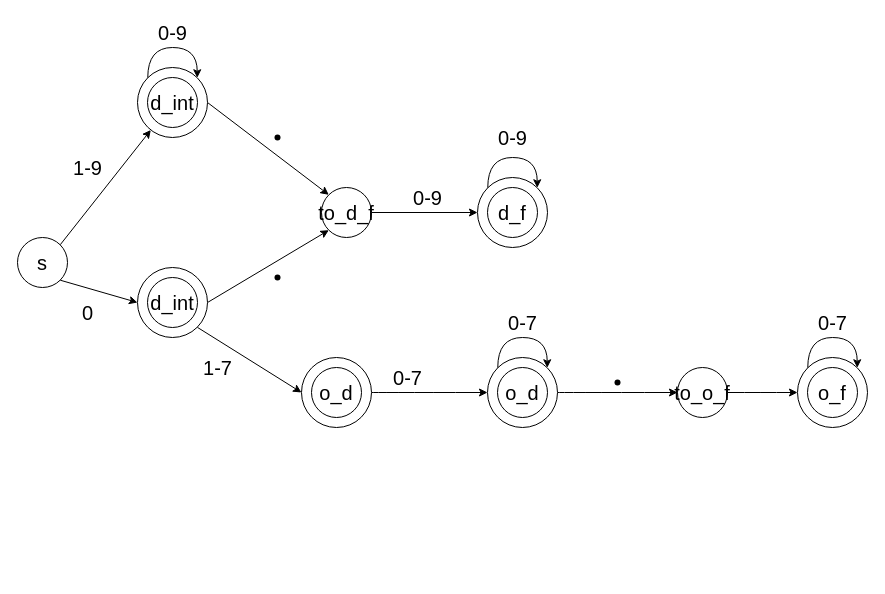
guxiyuesi/MyStudy keeps this draw.io diagram as Untitled Diagram.drawio. Above is the earlier version. Source tidied: cells renumbered, new cells numbered last; positions are measured from the earlier drawing's top-left corner, leaving out a move shared by most shapes. Both pictures are drawn from the tidied source at 100%, with x=0, y=0 at pixel (17, 17).
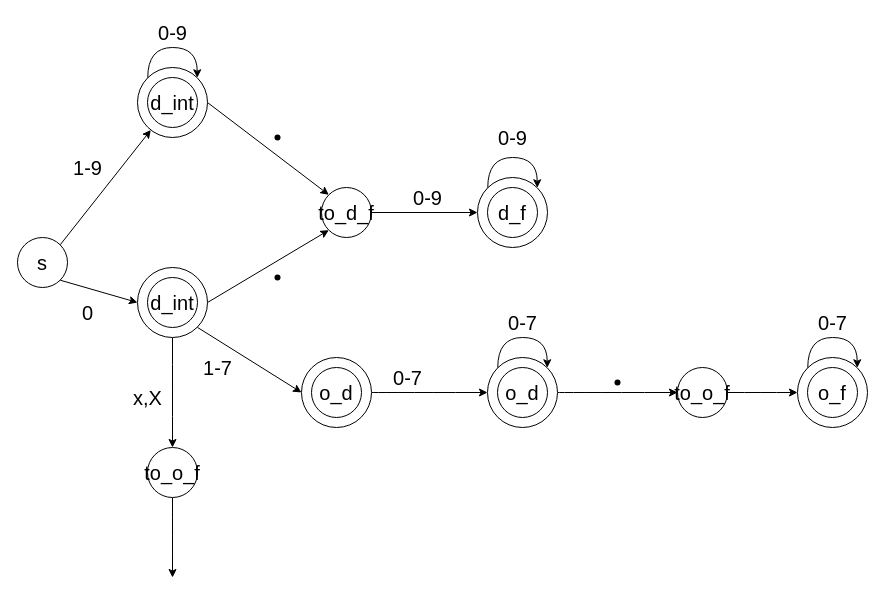
After the change.

The change refers to these unchanged cells:
```xml
<mxCell id="13" style="ellipse;whiteSpace=wrap;html=1;fontSize=20;" parent="1" vertex="1">
  <mxGeometry x="120" y="250" width="70" height="70" as="geometry" />
</mxCell>
```

What changed in the source:
```diff
@@
+    <mxCell id="42" style="edgeStyle=orthogonalEdgeStyle;curved=1;rounded=0;jettySize=auto;html=1;exitX=0.5;exitY=1;exitDx=0;exitDy=0;fontSize=20;" parent="1" edge="1" source="13">
+      <mxGeometry relative="1" as="geometry">
+        <mxPoint x="155" y="430" as="targetPoint" />
+      </mxGeometry>
+    </mxCell>
@@
+    <mxCell id="43" style="edgeStyle=orthogonalEdgeStyle;curved=1;rounded=0;jettySize=auto;html=1;exitX=0.5;exitY=1;exitDx=0;exitDy=0;fontSize=20;" parent="1" edge="1" source="44">
+      <mxGeometry relative="1" as="geometry">
+        <mxPoint x="155" y="560" as="targetPoint" />
+      </mxGeometry>
+    </mxCell>
+    <mxCell id="44" value="to_o_f" style="ellipse;whiteSpace=wrap;html=1;fontSize=20;" parent="1" vertex="1">
+      <mxGeometry x="130" y="430" width="50" height="50" as="geometry" />
+    </mxCell>
+    <mxCell id="45" value="x,X" style="text;html=1;align=center;verticalAlign=middle;strokeColor=none;fillColor=none;fontSize=20;" parent="1" vertex="1">
+      <mxGeometry x="110" y="365" width="40" height="30" as="geometry" />
+    </mxCell>
```
